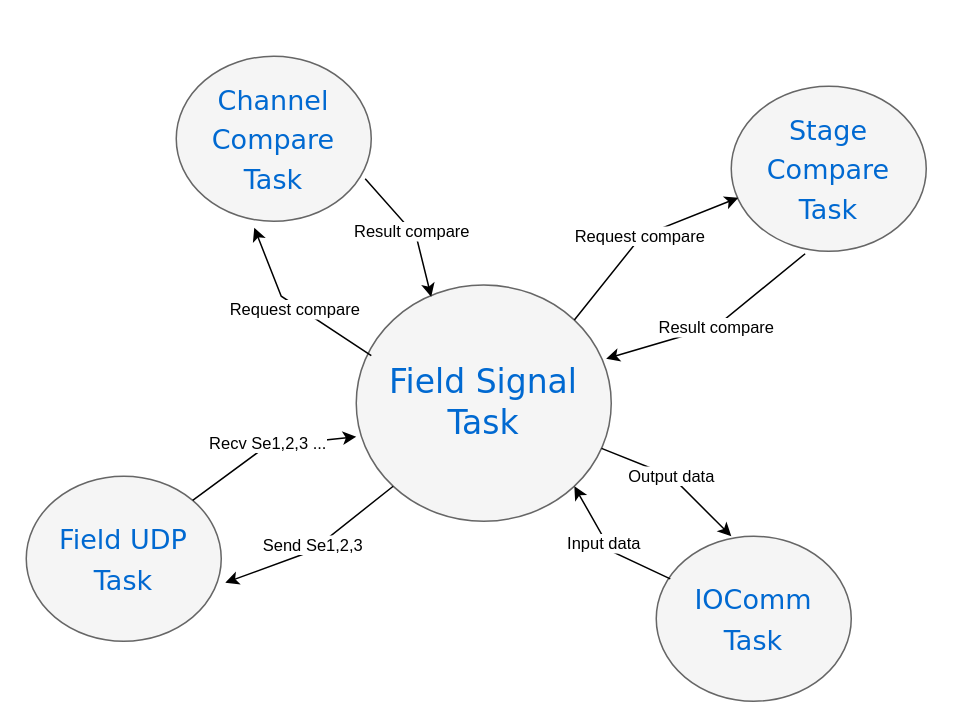
This is EABS/Document_Pack/EABS_context_diagram_all.drawio from chillin2/MyDraw.io, a draw.io file, before an edit. Source tidied: cells renumbered, new cells numbered last; positions are measured from the earlier drawing's top-left corner, leaving out a move shared by most shapes. Both pictures are drawn from the tidied source at 150%, with x=0, y=0 at pixel (26, 56).
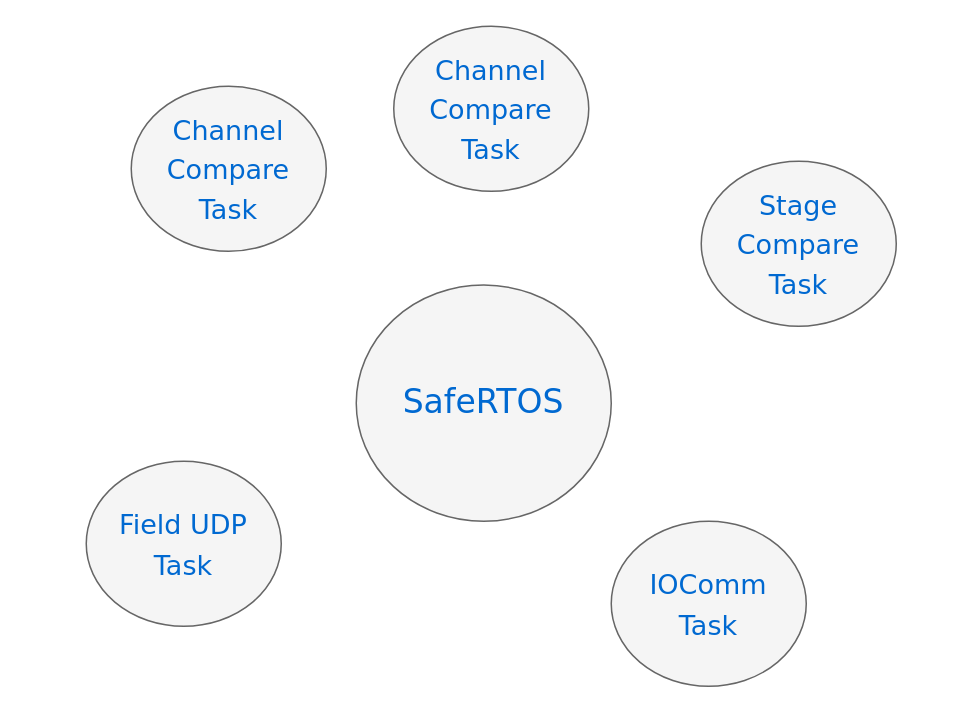
After the change.

The edit, as a diff of the source:
```diff
@@
-    <mxCell id="2" value="Field Signal&lt;br&gt;Task" style="ellipse;whiteSpace=wrap;html=1;rounded=0;shadow=0;dashed=0;comic=0;fontFamily=Verdana;fontSize=22;fontColor=#0069D1;fillColor=#f5f5f5;strokeColor=#666666;" parent="1" vertex="1">
+    <mxCell id="2" value="SafeRTOS" style="ellipse;whiteSpace=wrap;html=1;rounded=0;shadow=0;dashed=0;comic=0;fontFamily=Verdana;fontSize=22;fontColor=#0069D1;fillColor=#f5f5f5;strokeColor=#666666;" parent="1" vertex="1">
       <mxGeometry x="220" y="152.5" width="170" height="157.5" as="geometry" />
     </mxCell>
     <mxCell id="3" value="&lt;font style=&quot;font-size: 18px;&quot;&gt;Channel Compare &lt;br&gt;Task&lt;/font&gt;" style="ellipse;whiteSpace=wrap;html=1;rounded=0;shadow=0;dashed=0;comic=0;fontFamily=Verdana;fontSize=22;fontColor=#0069D1;fillColor=#f5f5f5;strokeColor=#666666;" parent="1" vertex="1">
-      <mxGeometry x="100" width="130" height="110" as="geometry" />
+      <mxGeometry x="70" y="20" width="130" height="110" as="geometry" />
     </mxCell>
     <mxCell id="4" value="&lt;font style=&quot;font-size: 18px;&quot;&gt;Stage Compare &lt;br&gt;Task&lt;/font&gt;" style="ellipse;whiteSpace=wrap;html=1;rounded=0;shadow=0;dashed=0;comic=0;fontFamily=Verdana;fontSize=22;fontColor=#0069D1;fillColor=#f5f5f5;strokeColor=#666666;" parent="1" vertex="1">
-      <mxGeometry x="470" y="20" width="130" height="110" as="geometry" />
+      <mxGeometry x="450" y="70" width="130" height="110" as="geometry" />
     </mxCell>
     <mxCell id="5" value="&lt;font style=&quot;font-size: 18px;&quot;&gt;IOComm&lt;br&gt;Task&lt;/font&gt;" style="ellipse;whiteSpace=wrap;html=1;rounded=0;shadow=0;dashed=0;comic=0;fontFamily=Verdana;fontSize=22;fontColor=#0069D1;fillColor=#f5f5f5;strokeColor=#666666;" parent="1" vertex="1">
-      <mxGeometry x="420" y="320" width="130" height="110" as="geometry" />
+      <mxGeometry x="390" y="310" width="130" height="110" as="geometry" />
     </mxCell>
     <mxCell id="6" value="&lt;font style=&quot;font-size: 18px;&quot;&gt;Field UDP&lt;br&gt;Task&lt;/font&gt;" style="ellipse;whiteSpace=wrap;html=1;rounded=0;shadow=0;dashed=0;comic=0;fontFamily=Verdana;fontSize=22;fontColor=#0069D1;fillColor=#f5f5f5;strokeColor=#666666;" parent="1" vertex="1">
-      <mxGeometry y="280" width="130" height="110" as="geometry" />
+      <mxGeometry x="40" y="270" width="130" height="110" as="geometry" />
     </mxCell>
-    <mxCell id="7" style="endArrow=classic;html=1;rounded=0;entryX=0.036;entryY=0.676;entryDx=0;entryDy=0;entryPerimeter=0;exitX=1;exitY=0;exitDx=0;exitDy=0;" parent="1" edge="1" source="2" target="4">
-      <mxGeometry relative="1" as="geometry">
-        <Array as="points">
-          <mxPoint x="410" y="120" />
-        </Array>
-      </mxGeometry>
-    </mxCell>
-    <mxCell id="8" value="Request compare" style="edgeLabel;html=1;align=center;verticalAlign=middle;" parent="7" vertex="1">
-      <mxGeometry y="2" relative="1" as="geometry">
-        <mxPoint y="1" as="offset" />
-      </mxGeometry>
-    </mxCell>
-    <mxCell id="9" style="endArrow=classic;html=1;rounded=0;entryX=0.98;entryY=0.312;entryDx=0;entryDy=0;entryPerimeter=0;exitX=0.379;exitY=1.015;exitDx=0;exitDy=0;exitPerimeter=0;" parent="1" edge="1" source="4" target="2">
-      <mxGeometry relative="1" as="geometry">
-        <Array as="points">
-          <mxPoint x="460" y="180" />
-        </Array>
-      </mxGeometry>
-    </mxCell>
-    <mxCell id="10" value="Result compare" style="edgeLabel;html=1;align=center;verticalAlign=middle;" parent="9" vertex="1">
-      <mxGeometry relative="1" as="geometry" />
-    </mxCell>
-    <mxCell id="11" style="endArrow=classic;html=1;rounded=0;entryX=0.4;entryY=1.039;entryDx=0;entryDy=0;entryPerimeter=0;exitX=0.059;exitY=0.299;exitDx=0;exitDy=0;exitPerimeter=0;" parent="1" edge="1" source="2" target="3">
-      <mxGeometry relative="1" as="geometry">
-        <Array as="points">
-          <mxPoint x="170" y="160" />
-        </Array>
-      </mxGeometry>
-    </mxCell>
-    <mxCell id="12" value="Request compare" style="edgeLabel;html=1;align=center;verticalAlign=middle;" parent="11" vertex="1">
-      <mxGeometry y="2" relative="1" as="geometry">
-        <mxPoint y="1" as="offset" />
-      </mxGeometry>
-    </mxCell>
-    <mxCell id="13" style="endArrow=classic;html=1;rounded=0;entryX=0.294;entryY=0.05;entryDx=0;entryDy=0;entryPerimeter=0;exitX=0.969;exitY=0.742;exitDx=0;exitDy=0;exitPerimeter=0;" parent="1" edge="1" source="3" target="2">
-      <mxGeometry relative="1" as="geometry">
-        <Array as="points">
-          <mxPoint x="260" y="120" />
-        </Array>
-      </mxGeometry>
-    </mxCell>
-    <mxCell id="14" value="Result compare" style="edgeLabel;html=1;align=center;verticalAlign=middle;" parent="13" vertex="1">
-      <mxGeometry relative="1" as="geometry" />
-    </mxCell>
-    <mxCell id="15" style="endArrow=classic;html=1;rounded=0;exitX=0;exitY=1;exitDx=0;exitDy=0;entryX=1.021;entryY=0.645;entryDx=0;entryDy=0;entryPerimeter=0;" parent="1" edge="1" source="2" target="6">
-      <mxGeometry relative="1" as="geometry">
-        <Array as="points">
-          <mxPoint x="190" y="330" />
-        </Array>
-      </mxGeometry>
-    </mxCell>
-    <mxCell id="16" value="Send Se1,2,3" style="edgeLabel;html=1;align=center;verticalAlign=middle;" parent="15" vertex="1">
-      <mxGeometry x="0.02" y="-3" relative="1" as="geometry" />
-    </mxCell>
-    <mxCell id="17" style="endArrow=classic;html=1;rounded=0;exitX=1;exitY=0;exitDx=0;exitDy=0;entryX=0;entryY=0.642;entryDx=0;entryDy=0;entryPerimeter=0;" parent="1" edge="1" source="6" target="2">
-      <mxGeometry relative="1" as="geometry">
-        <Array as="points">
-          <mxPoint x="160" y="260" />
-        </Array>
-      </mxGeometry>
-    </mxCell>
-    <mxCell id="18" value="Recv Se1,2,3 ..." style="edgeLabel;html=1;align=center;verticalAlign=middle;" parent="17" vertex="1">
-      <mxGeometry x="0.02" y="2" relative="1" as="geometry" />
-    </mxCell>
-    <mxCell id="19" style="endArrow=classic;html=1;rounded=0;entryX=0.385;entryY=0;entryDx=0;entryDy=0;entryPerimeter=0;" parent="1" edge="1" source="2" target="5">
-      <mxGeometry relative="1" as="geometry">
-        <Array as="points">
-          <mxPoint x="430" y="280" />
-        </Array>
-      </mxGeometry>
-    </mxCell>
-    <mxCell id="20" value="Output data" style="edgeLabel;html=1;align=center;verticalAlign=middle;" parent="19" vertex="1">
-      <mxGeometry x="-0.07" relative="1" as="geometry" />
-    </mxCell>
-    <mxCell id="21" style="endArrow=classic;html=1;rounded=0;exitX=0.072;exitY=0.258;exitDx=0;exitDy=0;exitPerimeter=0;entryX=1;entryY=1;entryDx=0;entryDy=0;" parent="1" edge="1" source="5" target="2">
-      <mxGeometry relative="1" as="geometry">
-        <Array as="points">
-          <mxPoint x="390" y="330" />
-        </Array>
-      </mxGeometry>
-    </mxCell>
-    <mxCell id="22" value="Input data" style="edgeLabel;html=1;align=center;verticalAlign=middle;" parent="21" vertex="1">
-      <mxGeometry x="0.1" y="2" relative="1" as="geometry" />
-    </mxCell>
+    <mxCell id="23" value="&lt;font style=&quot;font-size: 18px;&quot;&gt;Channel Compare &lt;br&gt;Task&lt;/font&gt;" style="ellipse;whiteSpace=wrap;html=1;rounded=0;shadow=0;dashed=0;comic=0;fontFamily=Verdana;fontSize=22;fontColor=#0069D1;fillColor=#f5f5f5;strokeColor=#666666;" parent="1" vertex="1">
+      <mxGeometry x="245" y="-20" width="130" height="110" as="geometry" />
+    </mxCell>
```
